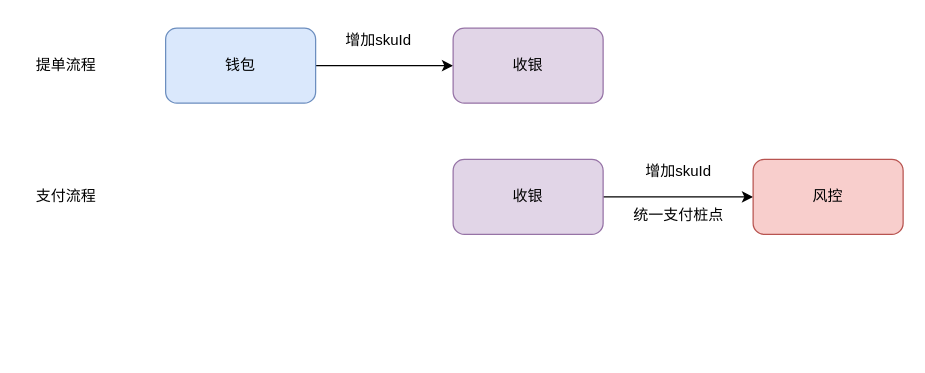
Earlier version of the draw.io diagram 风控侧.drawio (jichuanwang/learning). Source tidied: cells renumbered, new cells numbered last; positions are measured from the earlier drawing's top-left corner, leaving out a move shared by most shapes. Both pictures are drawn from the tidied source at 125%, with x=0, y=0 at pixel (21, 21).
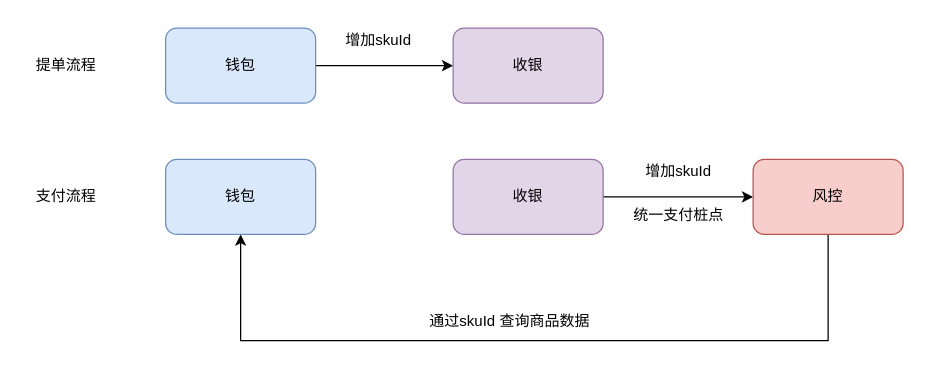
The same page after the edit.

Commit message:
更新风控侧.drawio

What changed in the source:
```diff
@@
 <mxGraphModel>
   <root>
     <mxCell id="0" />
     <mxCell id="1" parent="0" />
     <mxCell id="2" style="edgeStyle=orthogonalEdgeStyle;rounded=0;jettySize=auto;html=1;" parent="1" edge="1" source="3" target="4">
       <mxGeometry relative="1" as="geometry" />
     </mxCell>
     <mxCell id="3" value="钱包" style="rounded=1;whiteSpace=wrap;html=1;fillColor=#dae8fc;strokeColor=#6c8ebf;" parent="1" vertex="1">
       <mxGeometry x="115" y="5" width="120" height="60" as="geometry" />
     </mxCell>
     <mxCell id="4" value="收银" style="whiteSpace=wrap;html=1;rounded=1;fillColor=#e1d5e7;strokeColor=#9673a6;" parent="1" vertex="1">
       <mxGeometry x="345" y="5" width="120" height="60" as="geometry" />
     </mxCell>
     <mxCell id="5" value="提单流程" style="text;html=1;align=center;verticalAlign=middle;strokeColor=none;fillColor=none;" parent="1" vertex="1">
       <mxGeometry y="20" width="70" height="30" as="geometry" />
     </mxCell>
     <mxCell id="6" value="增加skuId" style="text;html=1;align=center;verticalAlign=middle;strokeColor=none;fillColor=none;" parent="1" vertex="1">
       <mxGeometry x="245" width="80" height="30" as="geometry" />
     </mxCell>
     <mxCell id="7" value="支付流程" style="text;html=1;align=center;verticalAlign=middle;strokeColor=none;fillColor=none;" parent="1" vertex="1">
       <mxGeometry y="125" width="70" height="30" as="geometry" />
     </mxCell>
     <mxCell id="8" style="edgeStyle=orthogonalEdgeStyle;rounded=0;jettySize=auto;html=1;entryX=0;entryY=0.5;entryDx=0;entryDy=0;" parent="1" edge="1" source="9" target="10">
       <mxGeometry relative="1" as="geometry" />
     </mxCell>
     <mxCell id="9" value="收银" style="whiteSpace=wrap;html=1;rounded=1;fillColor=#e1d5e7;strokeColor=#9673a6;" parent="1" vertex="1">
       <mxGeometry x="345" y="110" width="120" height="60" as="geometry" />
     </mxCell>
+    <mxCell id="13" style="edgeStyle=orthogonalEdgeStyle;rounded=0;jettySize=auto;html=1;" parent="1" edge="1" source="10" target="14">
+      <mxGeometry relative="1" as="geometry">
+        <Array as="points">
+          <mxPoint x="645" y="255" />
+          <mxPoint x="175" y="255" />
+        </Array>
+      </mxGeometry>
+    </mxCell>
     <mxCell id="10" value="风控" style="whiteSpace=wrap;html=1;rounded=1;fillColor=#f8cecc;strokeColor=#b85450;" parent="1" vertex="1">
       <mxGeometry x="585" y="110" width="120" height="60" as="geometry" />
     </mxCell>
     <mxCell id="11" value="增加skuId" style="text;html=1;align=center;verticalAlign=middle;strokeColor=none;fillColor=none;" parent="1" vertex="1">
       <mxGeometry x="485" y="105" width="80" height="30" as="geometry" />
     </mxCell>
     <mxCell id="12" value="统一支付桩点" style="text;html=1;align=center;verticalAlign=middle;strokeColor=none;fillColor=none;" parent="1" vertex="1">
       <mxGeometry x="475" y="140" width="100" height="30" as="geometry" />
     </mxCell>
+    <mxCell id="14" value="钱包" style="rounded=1;whiteSpace=wrap;html=1;fillColor=#dae8fc;strokeColor=#6c8ebf;" parent="1" vertex="1">
+      <mxGeometry x="115" y="110" width="120" height="60" as="geometry" />
+    </mxCell>
+    <mxCell id="15" value="通过skuId 查询商品数据" style="text;html=1;align=center;verticalAlign=middle;strokeColor=none;fillColor=none;" parent="1" vertex="1">
+      <mxGeometry x="315" y="225" width="150" height="30" as="geometry" />
+    </mxCell>
   </root>
 </mxGraphModel>
```
